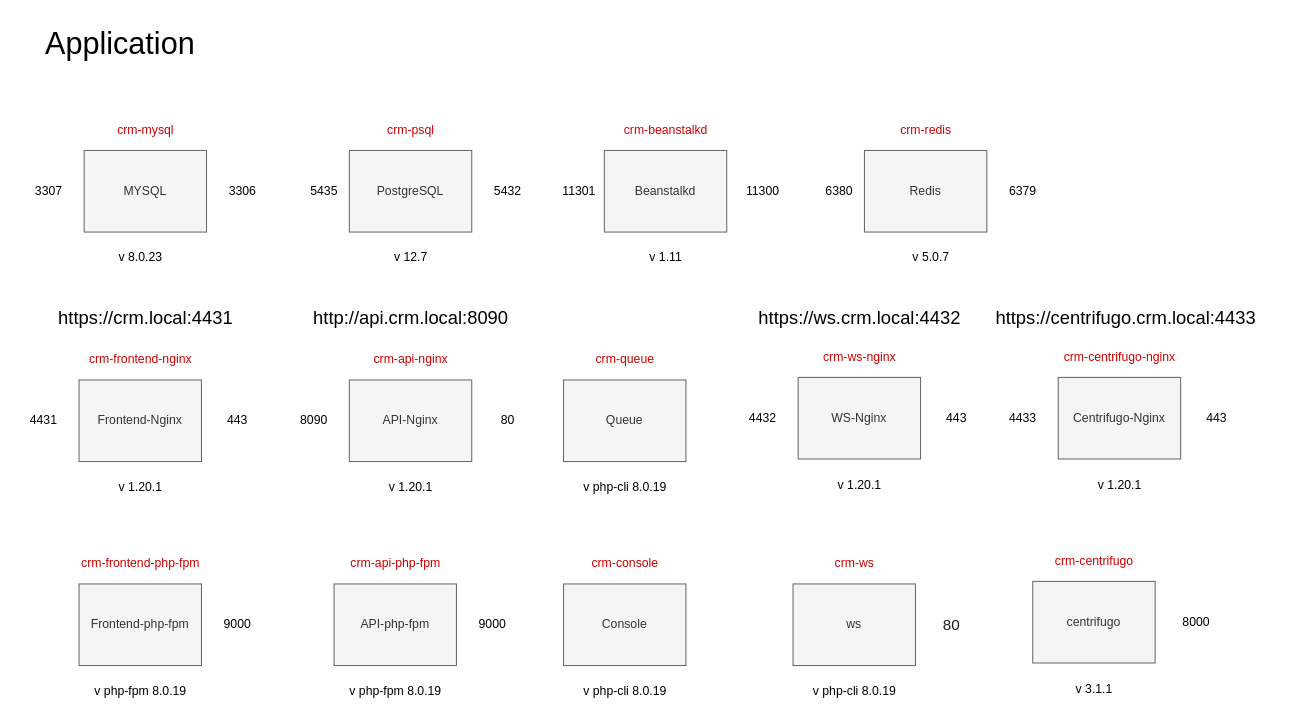
Above: .docker/docs/crm-app.drawio in sharifov/test (draw.io), before the change. Source tidied: cells renumbered, new cells numbered last; positions are measured from the earlier drawing's top-left corner, leaving out a move shared by most shapes. Both pictures are drawn from the tidied source at 102%, with x=0, y=0 at pixel (17, 17).
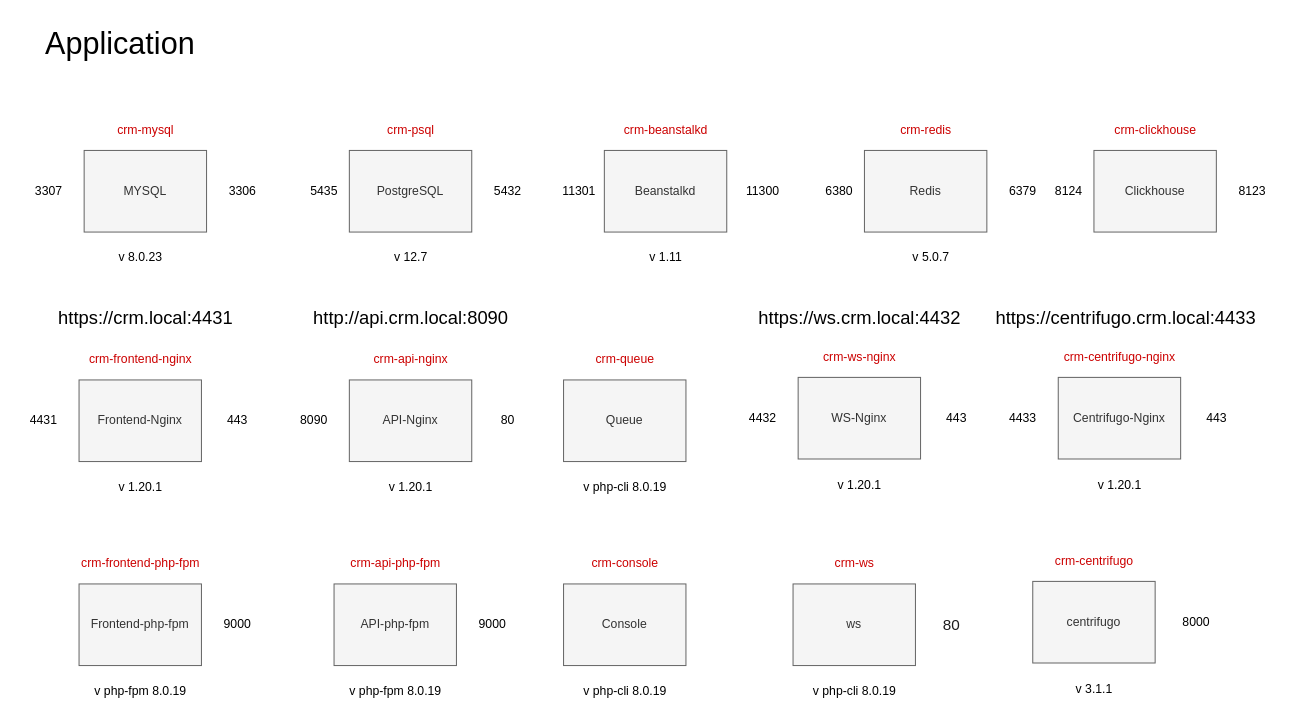
Above is the later version.

Change to the diagram source:
```diff
@@
+    <mxCell id="69" value="Clickhouse" style="rounded=0;whiteSpace=wrap;html=1;fillColor=#f5f5f5;fontColor=#333333;strokeColor=#666666;" parent="1" vertex="1">
+      <mxGeometry x="1055" y="130" width="120" height="80" as="geometry" />
+    </mxCell>
+    <mxCell id="70" value="8124" style="text;html=1;align=center;verticalAlign=middle;strokeColor=none;fillColor=none;" parent="1" vertex="1">
+      <mxGeometry x="1005" y="155" width="50" height="30" as="geometry" />
+    </mxCell>
+    <mxCell id="71" value="8123" style="text;html=1;align=center;verticalAlign=middle;strokeColor=none;fillColor=none;" parent="1" vertex="1">
+      <mxGeometry x="1185" y="155" width="50" height="30" as="geometry" />
+    </mxCell>
+    <mxCell id="72" value="crm-clickhouse" style="text;html=1;align=center;verticalAlign=middle;strokeColor=none;fillColor=none;fontColor=#CC0000;" parent="1" vertex="1">
+      <mxGeometry x="1065" y="95" width="100" height="30" as="geometry" />
+    </mxCell>
```
